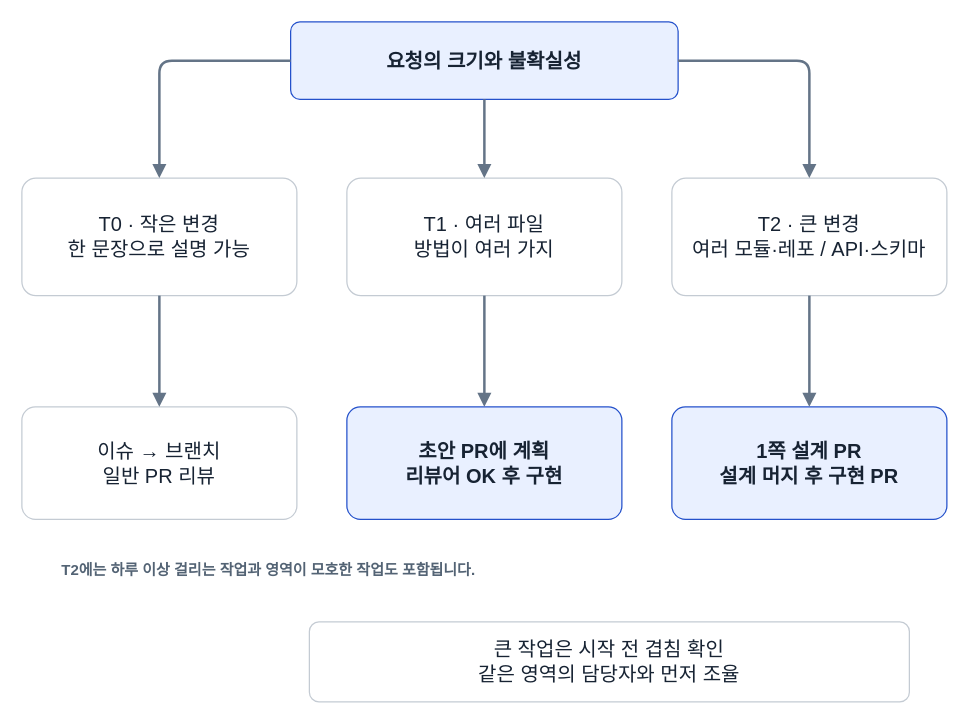
jungrok5/ai-code-collaboration-best-practices keeps this draw.io diagram as docs/site/data/size.drawio. Above is the earlier version. Source tidied: cells renumbered, new cells numbered last; positions are measured from the earlier drawing's top-left corner, leaving out a move shared by most shapes. Both pictures are drawn from the tidied source at 125%, with x=0, y=0 at pixel (21, 21).
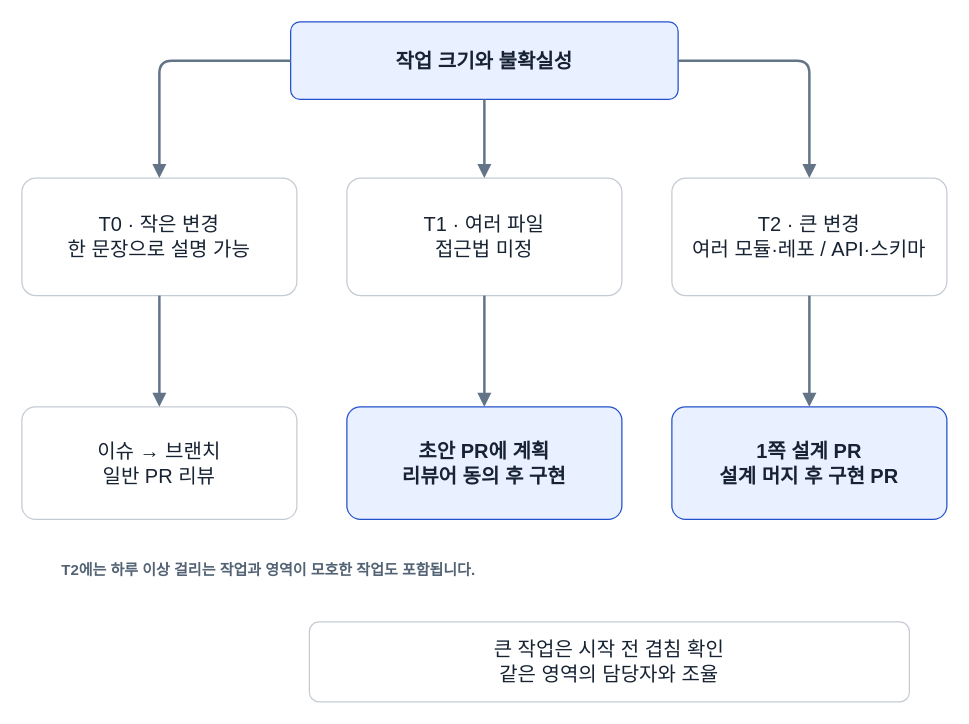
After the change.

Change to the diagram source:
```diff
@@
-    <mxCell id="2" value="요청의 크기와 불확실성" style="rounded=1;arcSize=12;whiteSpace=wrap;html=1;fillColor=#e9f0ff;strokeColor=#2451cb;fontColor=#172333;fontSize=16;fontFamily=Arial;fontStyle=1;spacing=10;" parent="1" vertex="1">
+    <mxCell id="2" value="작업 크기와 불확실성" style="rounded=1;arcSize=12;whiteSpace=wrap;html=1;fillColor=#e9f0ff;strokeColor=#2451cb;fontColor=#172333;fontSize=16;fontFamily=Arial;fontStyle=1;spacing=10;" parent="1" vertex="1">
       <mxGeometry x="215" width="310" height="62" as="geometry" />
     </mxCell>
@@
-    <mxCell id="4" value="T1 · 여러 파일&#10;방법이 여러 가지" style="rounded=1;arcSize=12;whiteSpace=wrap;html=1;fillColor=#ffffff;strokeColor=#c4cbd3;fontColor=#172333;fontSize=16;fontFamily=Arial;fontStyle=0;spacing=10;" parent="1" vertex="1">
+    <mxCell id="4" value="T1 · 여러 파일&#10;접근법 미정" style="rounded=1;arcSize=12;whiteSpace=wrap;html=1;fillColor=#ffffff;strokeColor=#c4cbd3;fontColor=#172333;fontSize=16;fontFamily=Arial;fontStyle=0;spacing=10;" parent="1" vertex="1">
       <mxGeometry x="260" y="125" width="220" height="94" as="geometry" />
     </mxCell>
@@
-    <mxCell id="7" value="초안 PR에 계획&#10;리뷰어 OK 후 구현" style="rounded=1;arcSize=12;whiteSpace=wrap;html=1;fillColor=#e9f0ff;strokeColor=#2451cb;fontColor=#172333;fontSize=16;fontFamily=Arial;fontStyle=1;spacing=10;" parent="1" vertex="1">
+    <mxCell id="7" value="초안 PR에 계획&#10;리뷰어 동의 후 구현" style="rounded=1;arcSize=12;whiteSpace=wrap;html=1;fillColor=#e9f0ff;strokeColor=#2451cb;fontColor=#172333;fontSize=16;fontFamily=Arial;fontStyle=1;spacing=10;" parent="1" vertex="1">
       <mxGeometry x="260" y="308" width="220" height="90" as="geometry" />
     </mxCell>
@@
-    <mxCell id="9" value="큰 작업은 시작 전 겹침 확인&#10;같은 영역의 담당자와 먼저 조율" style="rounded=1;arcSize=12;whiteSpace=wrap;html=1;fillColor=#ffffff;strokeColor=#c4cbd3;fontColor=#172333;fontSize=16;fontFamily=Arial;fontStyle=0;spacing=10;" parent="1" vertex="1">
+    <mxCell id="9" value="큰 작업은 시작 전 겹침 확인&#10;같은 영역의 담당자와 조율" style="rounded=1;arcSize=12;whiteSpace=wrap;html=1;fillColor=#ffffff;strokeColor=#c4cbd3;fontColor=#172333;fontSize=16;fontFamily=Arial;fontStyle=0;spacing=10;" parent="1" vertex="1">
       <mxGeometry x="230" y="480" width="480" height="64" as="geometry" />
     </mxCell>
```
